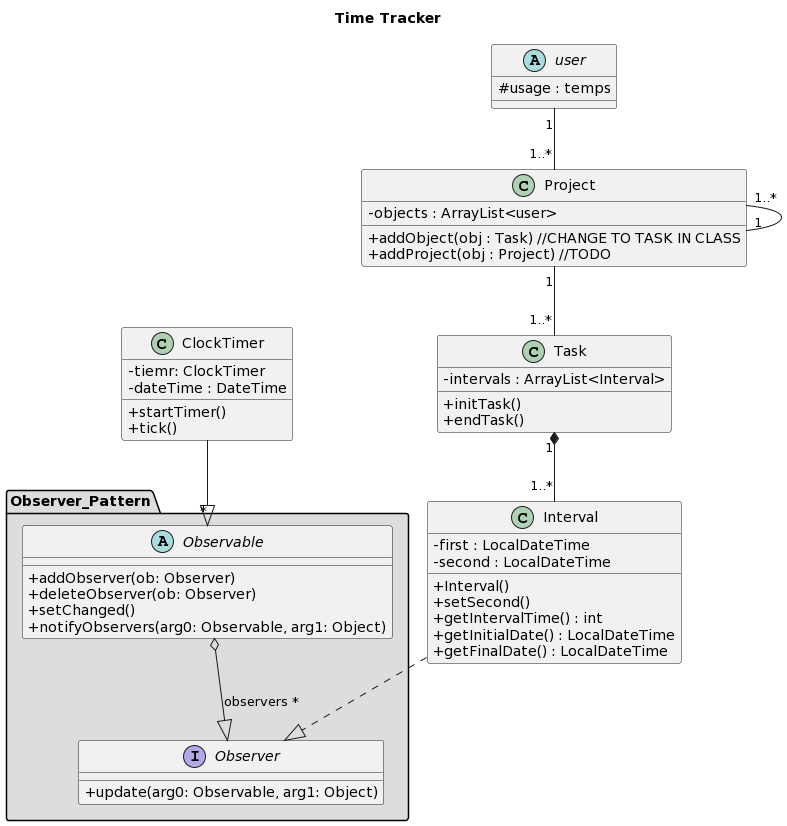
This is diagram/classDiagramV2.png from joaquimcodina/TimeTracker, a PlantUML export, as it was before one commit.
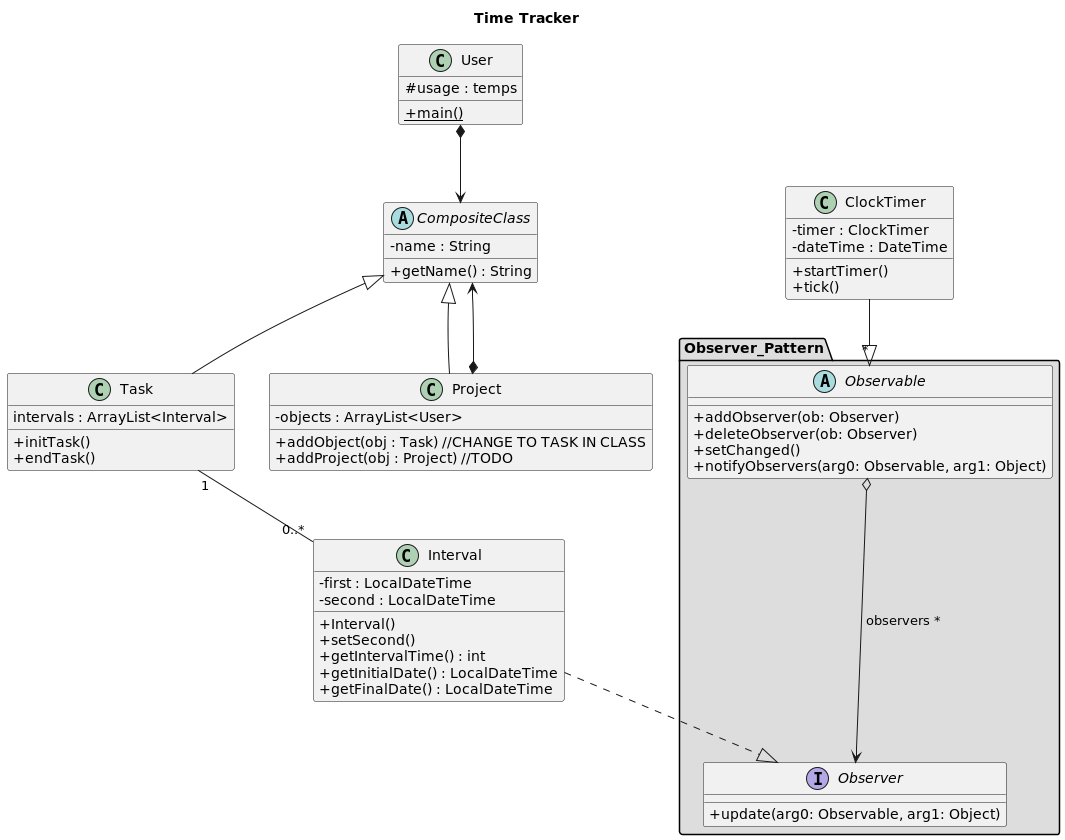
After the commit.

Commit message:
Class Diagram V3

What changed in the source:
```diff
@@ -3,26 +3,26 @@
 
 title "Time Tracker"
 
-abstract class user {
+class User {
 # usage : temps
++{static} main()
 }
 
-class Task{
-- intervals : ArrayList<Interval>
+class Task extends CompositeClass{
+ intervals : ArrayList<Interval>
 
 + initTask()
 + endTask()
 }
 
-class Project {
-- objects : ArrayList<user>
-
+class Project extends CompositeClass {
+- objects : ArrayList<User>
 + addObject(obj : Task) //CHANGE TO TASK IN CLASS
 + addProject(obj : Project) //TODO
 }
 
 package "Observer_Pattern" #DDDDDD{
-    Observable o--|> Observer : observers *
+    Observable o--> Observer : observers *
 }
 
 abstract class Observable{
@@ -37,10 +37,15 @@
 }
 
 class ClockTimer{
-- tiemr: ClockTimer
+- timer : ClockTimer
 - dateTime : DateTime
 + startTimer()
 + tick()
+}
+
+abstract class CompositeClass{
+- name : String
++ getName() : String
 }
 
 class Interval {
@@ -55,10 +60,10 @@
 }
 
 
-Task "1..*"-up-"1" Project
-Project "1..*"-up-"1" user
-Project "1"-left-"1..*" Project
-Task "1"*--"1..*" Interval
+User *--> CompositeClass
+CompositeClass <--* Project
+Task "1"--"0..*" Interval
 ClockTimer --|> "*" Observable
 Interval ..|> Observer
+
 @enduml
```
